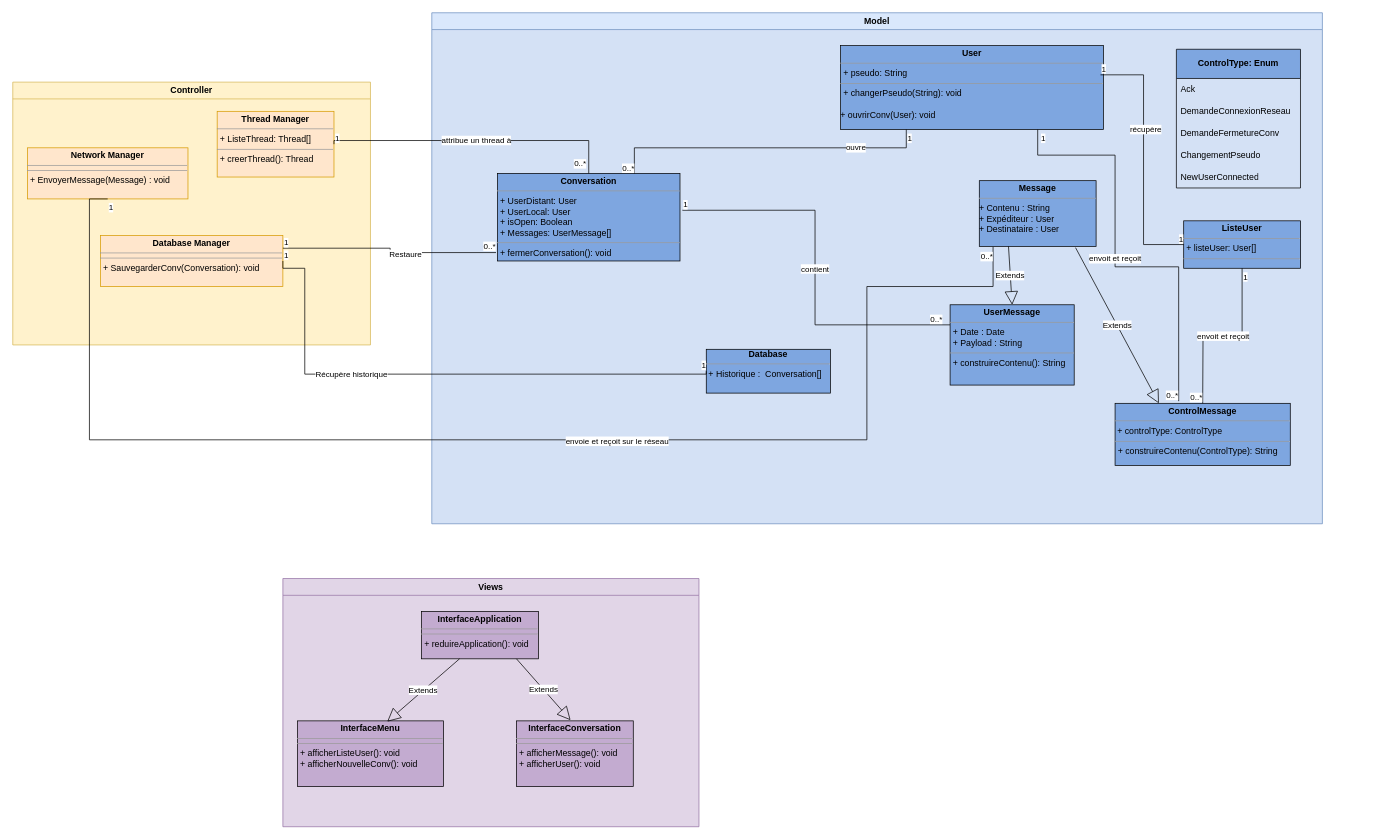
Newglear/UF_projet_java keeps this draw.io diagram as Projet/UML/versions modifiables/diagramme_de_classe.drawio. Above is the earlier version. Source tidied: cells renumbered, new cells numbered last; positions are measured from the earlier drawing's top-left corner, leaving out a move shared by most shapes. Both pictures are drawn from the tidied source at 73%, with x=0, y=0 at pixel (12, 12).
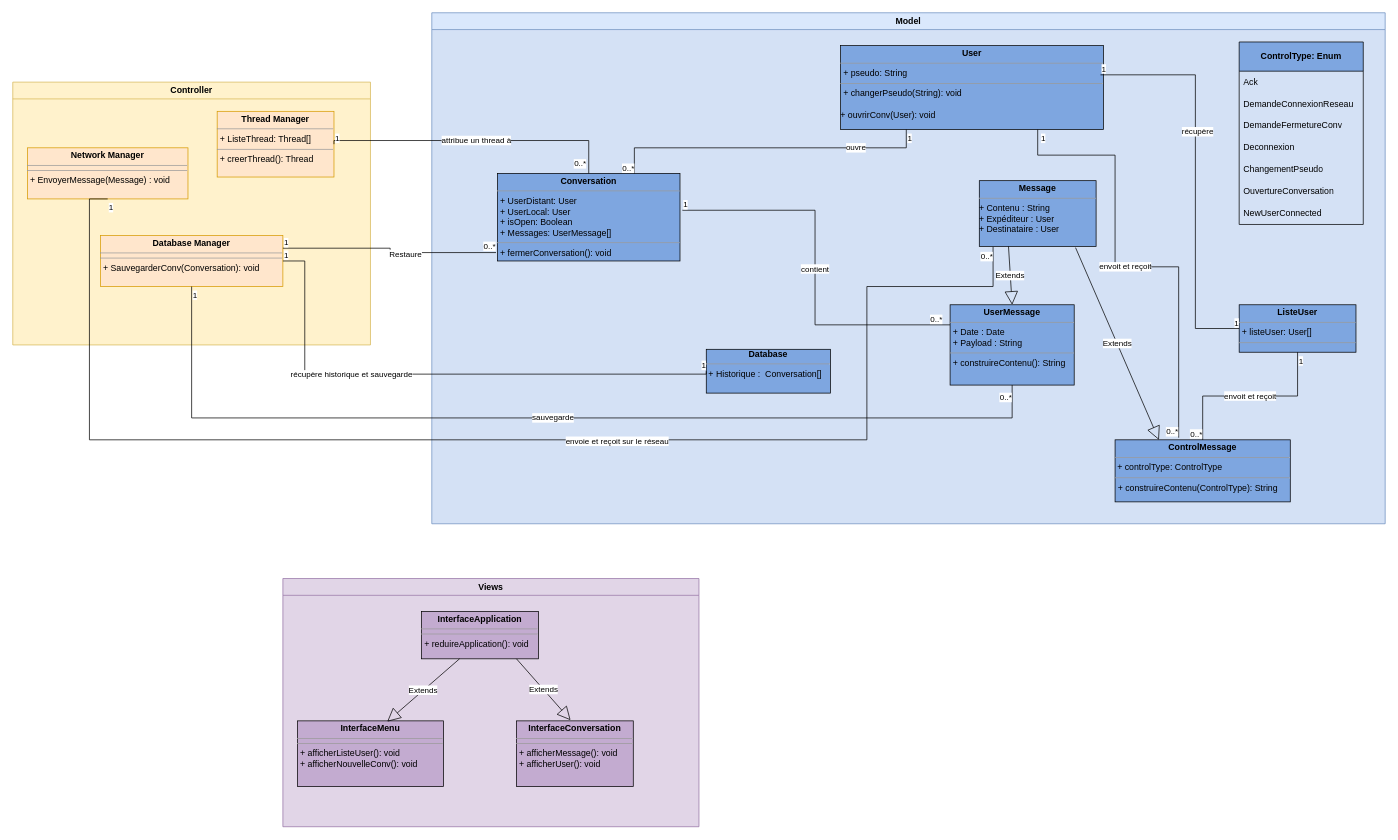
Above is the later version.

The change refers to these unchanged cells:
```xml
<mxCell id="4" value="&lt;p style=&quot;margin:0px;margin-top:4px;text-align:center;&quot;&gt;&lt;b&gt;Database Manager&lt;br&gt;&lt;/b&gt;&lt;/p&gt;&lt;hr size=&quot;1&quot;&gt;&lt;hr size=&quot;1&quot;&gt;&lt;p style=&quot;margin:0px;margin-left:4px;&quot;&gt;+ SauvegarderConv(Conversation): void&lt;br&gt;&lt;/p&gt;" style="verticalAlign=top;align=left;overflow=fill;fontSize=12;fontFamily=Helvetica;html=1;fillColor=#ffe6cc;strokeColor=#d79b00;" parent="2" vertex="1">
  <mxGeometry x="120" y="210" width="250" height="70" as="geometry" />
</mxCell>
<mxCell id="18" value="&lt;p style=&quot;margin:0px;margin-top:4px;text-align:center;&quot;&gt;&lt;b&gt;User&lt;/b&gt;&lt;/p&gt;&lt;hr size=&quot;1&quot;&gt;&lt;p style=&quot;margin:0px;margin-left:4px;&quot;&gt;+ pseudo: String&lt;/p&gt;&lt;hr size=&quot;1&quot;&gt;&lt;p style=&quot;margin:0px;margin-left:4px;&quot;&gt;+ changerPseudo(String): void&lt;br&gt;&lt;/p&gt;&lt;div&gt;&lt;br&gt;&lt;/div&gt;&lt;div&gt;+ ouvrirConv(User): void&lt;/div&gt;" style="verticalAlign=top;align=left;overflow=fill;fontSize=12;fontFamily=Helvetica;html=1;fillColor=#7EA6E0;" parent="12" vertex="1">
  <mxGeometry x="560" y="45" width="360" height="115" as="geometry" />
</mxCell>
<mxCell id="23" value="&lt;p style=&quot;margin:0px;margin-top:4px;text-align:center;&quot;&gt;&lt;b&gt;UserMessage&lt;/b&gt;&lt;br&gt;&lt;/p&gt;&lt;hr size=&quot;1&quot;&gt;&lt;p style=&quot;margin:0px;margin-left:4px;&quot;&gt;+ Date : Date &lt;br&gt;&lt;/p&gt;&lt;p style=&quot;margin:0px;margin-left:4px;&quot;&gt;+ Payload : String&lt;/p&gt;&lt;hr size=&quot;1&quot;&gt;&lt;p style=&quot;margin:0px;margin-left:4px;&quot;&gt;+ construireContenu(): String&lt;br&gt;&lt;/p&gt;" style="verticalAlign=top;align=left;overflow=fill;fontSize=12;fontFamily=Helvetica;html=1;fillColor=#7EA6E0;" parent="12" vertex="1">
  <mxGeometry x="710" y="400" width="170" height="110" as="geometry" />
</mxCell>
<mxCell id="33" value="&lt;div align=&quot;center&quot;&gt;&lt;b&gt;Database&lt;/b&gt;&lt;br&gt;&lt;/div&gt;&lt;hr size=&quot;1&quot;&gt;&amp;nbsp;+ Historique :&amp;nbsp; Conversation[]&lt;br&gt;&lt;p style=&quot;margin:0px;margin-left:4px;&quot;&gt;&lt;br&gt;&lt;/p&gt;" style="verticalAlign=top;align=left;overflow=fill;fontSize=12;fontFamily=Helvetica;html=1;fillColor=#7EA6E0;" parent="12" vertex="1">
  <mxGeometry x="376" y="461" width="170" height="60" as="geometry" />
</mxCell>
```

Change to the diagram source:
```diff
@@
-    <mxCell id="12" value="&lt;div&gt;Model&lt;/div&gt;" style="swimlane;whiteSpace=wrap;html=1;fillColor=#dae8fc;strokeColor=#6c8ebf;swimlaneFillColor=#D4E1F5;" parent="1" vertex="1">
-      <mxGeometry x="574" width="1220" height="700" as="geometry" />
+    <mxCell id="12" value="Model" style="swimlane;whiteSpace=wrap;html=1;fillColor=#dae8fc;strokeColor=#6c8ebf;swimlaneFillColor=#D4E1F5;" parent="1" vertex="1">
+      <mxGeometry x="574" width="1306" height="700" as="geometry" />
     </mxCell>
@@
     <mxCell id="25" value="&lt;p style=&quot;margin:0px;margin-top:4px;text-align:center;&quot;&gt;&lt;b&gt;ControlMessage&lt;/b&gt;&lt;br&gt;&lt;/p&gt;&lt;hr size=&quot;1&quot;&gt;&amp;nbsp;+ controlType: ControlType&lt;br&gt;&lt;hr size=&quot;1&quot;&gt;&lt;p style=&quot;margin:0px;margin-left:4px;&quot;&gt;+ construireContenu(ControlType): String&lt;br&gt;&lt;/p&gt;" style="verticalAlign=top;align=left;overflow=fill;fontSize=12;fontFamily=Helvetica;html=1;fillColor=#7EA6E0;" parent="12" vertex="1">
-      <mxGeometry x="936" y="535" width="240" height="85" as="geometry" />
+      <mxGeometry x="936" y="585" width="240" height="85" as="geometry" />
     </mxCell>
     <mxCell id="26" value="&lt;b&gt;ControlType: Enum&lt;/b&gt;" style="swimlane;fontStyle=0;horizontal=1;startSize=40;whiteSpace=wrap;html=1;fillColor=#7EA6E0;" parent="12" vertex="1">
-      <mxGeometry x="1020" y="50" width="170" height="190" as="geometry" />
+      <mxGeometry x="1106" y="40" width="170" height="250" as="geometry" />
     </mxCell>
@@
-    <mxCell id="30" value="ChangementPseudo" style="text;strokeColor=none;fillColor=none;align=left;verticalAlign=middle;spacingLeft=4;spacingRight=4;overflow=hidden;whiteSpace=wrap;html=1;" parent="26" vertex="1">
+    <mxCell id="30" value="Deconnexion" style="text;strokeColor=none;fillColor=none;align=left;verticalAlign=middle;spacingLeft=4;spacingRight=4;overflow=hidden;whiteSpace=wrap;html=1;" parent="26" vertex="1">
       <mxGeometry y="130" width="170" height="30" as="geometry" />
     </mxCell>
+    <mxCell id="60" value="ChangementPseudo" style="text;strokeColor=none;fillColor=none;align=left;verticalAlign=middle;spacingLeft=4;spacingRight=4;overflow=hidden;whiteSpace=wrap;html=1;" parent="26" vertex="1">
+      <mxGeometry y="160" width="170" height="30" as="geometry" />
+    </mxCell>
+    <mxCell id="61" value="OuvertureConversation" style="text;strokeColor=none;fillColor=none;align=left;verticalAlign=middle;spacingLeft=4;spacingRight=4;overflow=hidden;whiteSpace=wrap;html=1;" parent="26" vertex="1">
+      <mxGeometry y="190" width="170" height="30" as="geometry" />
+    </mxCell>
     <mxCell id="31" value="NewUserConnected" style="text;strokeColor=none;fillColor=none;align=left;verticalAlign=middle;spacingLeft=4;spacingRight=4;overflow=hidden;whiteSpace=wrap;html=1;" parent="26" vertex="1">
-      <mxGeometry y="160" width="170" height="30" as="geometry" />
+      <mxGeometry y="220" width="170" height="30" as="geometry" />
     </mxCell>
@@
     <mxCell id="34" value="&lt;p style=&quot;margin:0px;margin-top:4px;text-align:center;&quot;&gt;&lt;b&gt;ListeUser&lt;/b&gt;&lt;br&gt;&lt;/p&gt;&lt;hr size=&quot;1&quot;&gt;&lt;p style=&quot;margin:0px;margin-left:4px;&quot;&gt;+ listeUser: User[]&lt;br&gt;&lt;/p&gt;&lt;hr size=&quot;1&quot;&gt;&lt;p style=&quot;margin:0px;margin-left:4px;&quot;&gt;&lt;br&gt;&lt;/p&gt;" style="verticalAlign=top;align=left;overflow=fill;fontSize=12;fontFamily=Helvetica;html=1;fillColor=#7EA6E0;" parent="12" vertex="1">
-      <mxGeometry x="1030" y="285" width="160" height="65" as="geometry" />
+      <mxGeometry x="1106" y="400" width="160" height="65" as="geometry" />
     </mxCell>
@@
-    <mxCell id="38" value="envoit et reçoit" style="endArrow=none;html=1;edgeStyle=orthogonalEdgeStyle;rounded=0;exitX=0.5;exitY=1;exitDx=0;exitDy=0;" parent="12" edge="1" source="34">
-      <mxGeometry relative="1" as="geometry">
-        <mxPoint x="1056" y="535" as="targetPoint" />
-      </mxGeometry>
+    <mxCell id="38" value="envoit et reçoit" style="endArrow=none;html=1;edgeStyle=orthogonalEdgeStyle;rounded=0;exitX=0.5;exitY=1;exitDx=0;exitDy=0;entryX=0.5;entryY=0;entryDx=0;entryDy=0;" parent="12" edge="1" source="34" target="25">
+      <mxGeometry relative="1" as="geometry" />
     </mxCell>
@@
     <mxCell id="41" style="endArrow=none;html=1;edgeStyle=orthogonalEdgeStyle;rounded=0;entryX=0;entryY=0.5;entryDx=0;entryDy=0;exitX=0.989;exitY=0.348;exitDx=0;exitDy=0;exitPerimeter=0;" parent="12" edge="1" source="18" target="34">
-      <mxGeometry relative="1" as="geometry" />
+      <mxGeometry relative="1" as="geometry">
+        <Array as="points">
+          <mxPoint x="1046" y="85" />
+          <mxPoint x="1046" y="432" />
+        </Array>
+      </mxGeometry>
     </mxCell>
@@
     <mxCell id="52" style="endArrow=none;html=1;edgeStyle=orthogonalEdgeStyle;rounded=0;entryX=0;entryY=0.5;entryDx=0;entryDy=0;exitX=1;exitY=0.5;exitDx=0;exitDy=0;" parent="1" edge="1" source="4" target="33">
       <mxGeometry relative="1" as="geometry">
         <Array as="points">
-          <mxPoint x="400" y="350" />
+          <mxPoint x="400" y="340" />
           <mxPoint x="400" y="495" />
           <mxPoint x="950" y="495" />
         </Array>
       </mxGeometry>
     </mxCell>
@@
-    <mxCell id="55" value="Récupère historique" style="edgeLabel;html=1;align=center;verticalAlign=middle;" parent="52" vertex="1">
+    <mxCell id="55" value="récupère historique et sauvegarde" style="edgeLabel;html=1;align=center;verticalAlign=middle;" parent="52" vertex="1">
       <mxGeometry x="-0.33" relative="1" as="geometry" />
     </mxCell>
@@
+    <mxCell id="62" value="sauvegarde" style="endArrow=none;html=1;edgeStyle=orthogonalEdgeStyle;rounded=0;exitX=0.5;exitY=1;exitDx=0;exitDy=0;entryX=0.5;entryY=1;entryDx=0;entryDy=0;" parent="1" edge="1" source="4" target="23">
+      <mxGeometry relative="1" as="geometry">
+        <Array as="points">
+          <mxPoint x="245" y="555" />
+          <mxPoint x="1369" y="555" />
+        </Array>
+      </mxGeometry>
+    </mxCell>
+    <mxCell id="63" value="1" style="edgeLabel;html=1;align=left;verticalAlign=bottom;" parent="62" vertex="1">
+      <mxGeometry x="-1" relative="1" as="geometry">
+        <mxPoint y="20" as="offset" />
+      </mxGeometry>
+    </mxCell>
+    <mxCell id="64" value="0..*" style="edgeLabel;html=1;align=right;verticalAlign=bottom;" parent="62" vertex="1">
+      <mxGeometry x="1" relative="1" as="geometry">
+        <mxPoint y="25" as="offset" />
+      </mxGeometry>
+    </mxCell>
```
